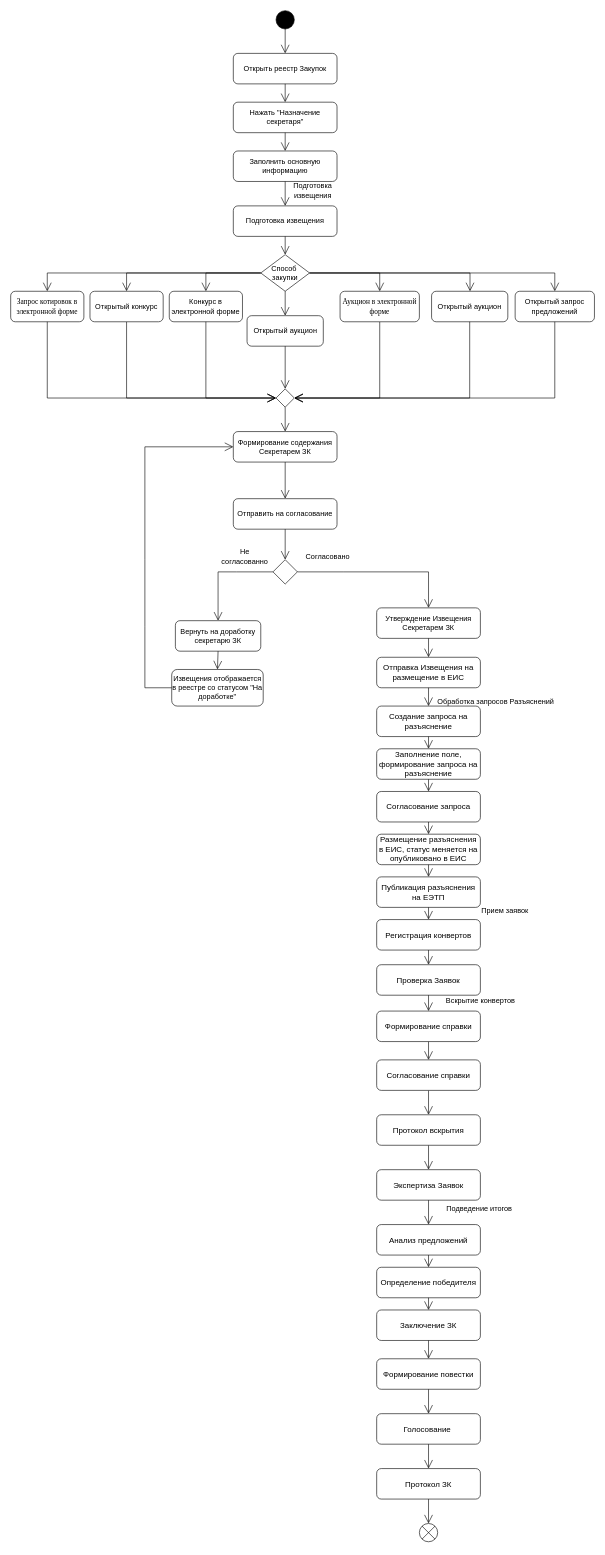
Earlier version of the draw.io diagram page "Проведение закупок" (9 of 11) of Предметная область SRM.drawio (realrvs/drawio). Source tidied: cells renumbered, new cells numbered last; positions are measured from the earlier drawing's top-left corner, leaving out a move shared by most shapes. Both pictures are drawn from the tidied source at 61%, with x=0, y=0 at pixel (10, 10).
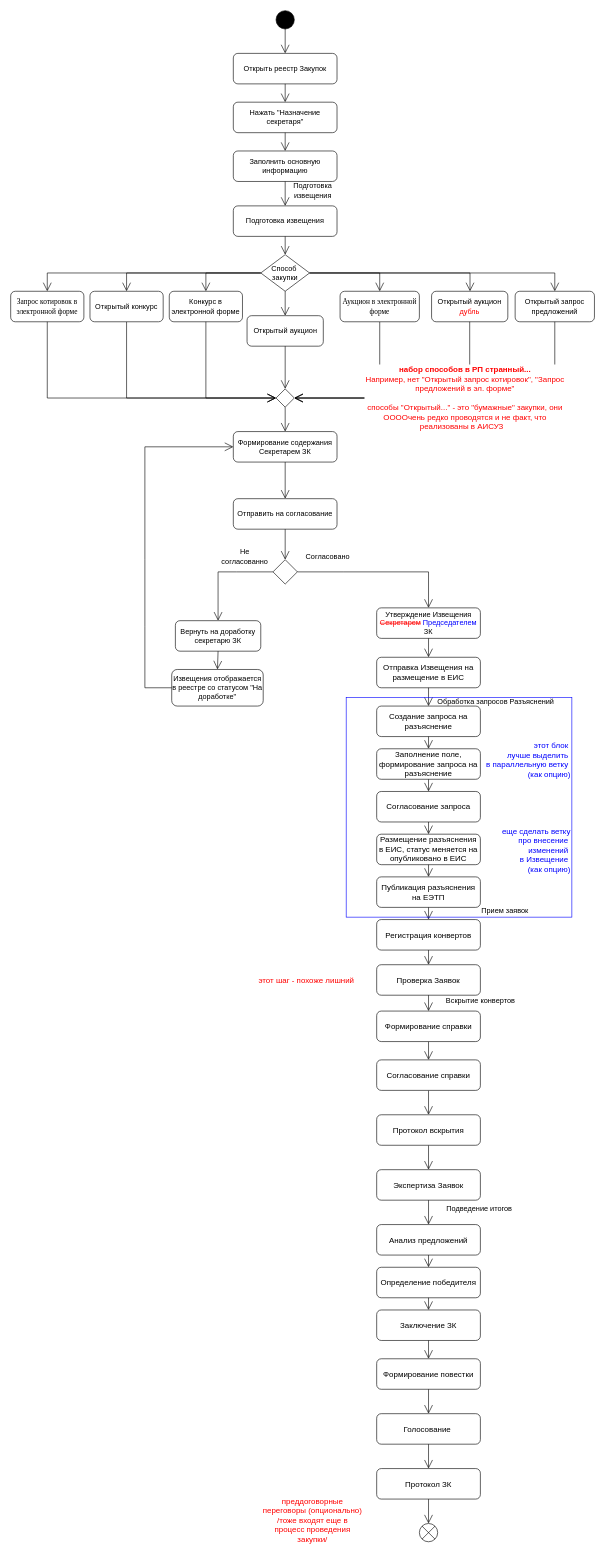
The same page after the edit.

What changed in the source:
```diff
@@
-    <mxCell id="36" value="&lt;span style=&quot;line-height: 107%;&quot;&gt;&lt;font&gt;Открытый аукцион&lt;/font&gt;&lt;/span&gt;" style="html=1;whiteSpace=wrap;rounded=1;" parent="1" vertex="1">
+    <mxCell id="36" value="&lt;span style=&quot;line-height: 107%;&quot;&gt;&lt;font&gt;Открытый аукцион&lt;/font&gt;&lt;/span&gt;&lt;div&gt;&lt;span style=&quot;line-height: 107%;&quot;&gt;&lt;font style=&quot;color: rgb(255, 0, 0);&quot;&gt;дубль&lt;/font&gt;&lt;/span&gt;&lt;/div&gt;" style="html=1;whiteSpace=wrap;rounded=1;" parent="1" vertex="1">
       <mxGeometry x="690" y="460" width="125" height="50" as="geometry" />
     </mxCell>
@@
-    <mxCell id="48" value="Утверждение Извещения Секретарем ЗК" style="html=1;whiteSpace=wrap;rounded=1;" parent="1" vertex="1">
+    <mxCell id="48" value="Утверждение Извещения &lt;font style=&quot;color: rgb(255, 0, 0);&quot;&gt;&lt;strike&gt;Секретарем&lt;/strike&gt;&lt;/font&gt; &lt;font style=&quot;color: light-dark(rgb(0, 0, 255), rgb(0, 0, 255));&quot;&gt;Председателем&lt;/font&gt; ЗК" style="html=1;whiteSpace=wrap;rounded=1;" parent="1" vertex="1">
       <mxGeometry x="600" y="979" width="170" height="50" as="geometry" />
     </mxCell>
@@
+    <mxCell id="93" value="&lt;font style=&quot;color: rgb(255, 0, 0);&quot; face=&quot;Calibri, sans-serif&quot;&gt;&lt;span style=&quot;font-size: 13px;&quot;&gt;этот шаг - похоже лишний&lt;/span&gt;&lt;/font&gt;" style="html=1;whiteSpace=wrap;rounded=1;strokeColor=none;" parent="1" vertex="1">
+      <mxGeometry x="400" y="1564" width="170" height="50" as="geometry" />
+    </mxCell>
+    <mxCell id="94" value="&lt;font style=&quot;color: light-dark(rgb(0, 0, 255), rgb(0, 0, 255));&quot; face=&quot;Calibri, sans-serif&quot;&gt;&lt;span style=&quot;font-size: 13px;&quot;&gt;этот блок&amp;nbsp;&lt;/span&gt;&lt;/font&gt;&lt;div&gt;&lt;font style=&quot;color: light-dark(rgb(0, 0, 255), rgb(0, 0, 255));&quot; face=&quot;Calibri, sans-serif&quot;&gt;&lt;span style=&quot;font-size: 13px;&quot;&gt;лучше выделить&amp;nbsp;&lt;/span&gt;&lt;/font&gt;&lt;div&gt;&lt;font style=&quot;color: light-dark(rgb(0, 0, 255), rgb(0, 0, 255));&quot; face=&quot;Calibri, sans-serif&quot;&gt;&lt;span style=&quot;font-size: 13px;&quot;&gt;в параллельную ветку&amp;nbsp;&lt;/span&gt;&lt;/font&gt;&lt;/div&gt;&lt;div&gt;&lt;font style=&quot;color: light-dark(rgb(0, 0, 255), rgb(0, 0, 255));&quot; face=&quot;Calibri, sans-serif&quot;&gt;&lt;span style=&quot;font-size: 13px;&quot;&gt;(как опцию)&lt;/span&gt;&lt;/font&gt;&lt;/div&gt;&lt;/div&gt;&lt;div&gt;&lt;font style=&quot;color: light-dark(rgb(0, 0, 255), rgb(0, 0, 255));&quot; face=&quot;Calibri, sans-serif&quot;&gt;&lt;span style=&quot;font-size: 13px;&quot;&gt;&lt;br&gt;&lt;/span&gt;&lt;/font&gt;&lt;/div&gt;&lt;div&gt;&lt;font style=&quot;color: light-dark(rgb(0, 0, 255), rgb(0, 0, 255));&quot; face=&quot;Calibri, sans-serif&quot;&gt;&lt;span style=&quot;font-size: 13px;&quot;&gt;&lt;br&gt;&lt;/span&gt;&lt;/font&gt;&lt;/div&gt;&lt;div&gt;&lt;font style=&quot;color: light-dark(rgb(0, 0, 255), rgb(0, 0, 255));&quot; face=&quot;Calibri, sans-serif&quot;&gt;&lt;span style=&quot;font-size: 13px;&quot;&gt;&lt;br&gt;&lt;/span&gt;&lt;/font&gt;&lt;/div&gt;&lt;div&gt;&lt;font style=&quot;color: light-dark(rgb(0, 0, 255), rgb(0, 0, 255));&quot; face=&quot;Calibri, sans-serif&quot;&gt;&lt;span style=&quot;font-size: 13px;&quot;&gt;&lt;br&gt;&lt;/span&gt;&lt;/font&gt;&lt;/div&gt;&lt;div&gt;&lt;font style=&quot;color: light-dark(rgb(0, 0, 255), rgb(0, 0, 255));&quot; face=&quot;Calibri, sans-serif&quot;&gt;&lt;span style=&quot;font-size: 13px;&quot;&gt;&lt;br&gt;&lt;/span&gt;&lt;/font&gt;&lt;/div&gt;&lt;div&gt;&lt;font style=&quot;color: light-dark(rgb(0, 0, 255), rgb(0, 0, 255));&quot; face=&quot;Calibri, sans-serif&quot;&gt;&lt;span style=&quot;font-size: 13px;&quot;&gt;еще сделать ветку&lt;/span&gt;&lt;/font&gt;&lt;/div&gt;&lt;div&gt;&lt;font style=&quot;color: light-dark(rgb(0, 0, 255), rgb(0, 0, 255));&quot; face=&quot;Calibri, sans-serif&quot;&gt;&lt;span style=&quot;font-size: 13px;&quot;&gt;про внесение&amp;nbsp;&lt;/span&gt;&lt;/font&gt;&lt;/div&gt;&lt;div&gt;&lt;font style=&quot;color: light-dark(rgb(0, 0, 255), rgb(0, 0, 255));&quot; face=&quot;Calibri, sans-serif&quot;&gt;&lt;span style=&quot;font-size: 13px;&quot;&gt;изменений&amp;nbsp;&lt;/span&gt;&lt;/font&gt;&lt;/div&gt;&lt;div&gt;&lt;font style=&quot;color: light-dark(rgb(0, 0, 255), rgb(0, 0, 255));&quot; face=&quot;Calibri, sans-serif&quot;&gt;&lt;span style=&quot;font-size: 13px;&quot;&gt;в Извещение&amp;nbsp;&lt;/span&gt;&lt;/font&gt;&lt;/div&gt;&lt;div&gt;&lt;font style=&quot;color: light-dark(rgb(0, 0, 255), rgb(0, 0, 255));&quot; face=&quot;Calibri, sans-serif&quot;&gt;&lt;span style=&quot;font-size: 13px;&quot;&gt;(как опцию)&lt;/span&gt;&lt;/font&gt;&lt;/div&gt;" style="html=1;whiteSpace=wrap;rounded=1;arcSize=0;fillColor=none;align=right;strokeColor=light-dark(#0000FF,#0000FF);" parent="1" vertex="1">
+      <mxGeometry x="550" y="1126" width="370" height="360" as="geometry" />
+    </mxCell>
+    <mxCell id="95" value="&lt;font style=&quot;color: rgb(255, 0, 0);&quot; face=&quot;Calibri, sans-serif&quot;&gt;&lt;span style=&quot;font-size: 13px;&quot;&gt;преддоговорные переговоры (опционально)&lt;/span&gt;&lt;/font&gt;&lt;div&gt;&lt;font style=&quot;color: rgb(255, 0, 0);&quot; face=&quot;Calibri, sans-serif&quot;&gt;&lt;span style=&quot;font-size: 13px;&quot;&gt;/тоже входят еще в процесс проведения закупки/&lt;/span&gt;&lt;/font&gt;&lt;/div&gt;" style="html=1;whiteSpace=wrap;rounded=1;strokeColor=none;" parent="1" vertex="1">
+      <mxGeometry x="410" y="2450" width="170" height="50" as="geometry" />
+    </mxCell>
+    <mxCell id="96" value="&lt;font style=&quot;color: rgb(255, 0, 0);&quot; face=&quot;Calibri, sans-serif&quot;&gt;&lt;span style=&quot;font-size: 13px;&quot;&gt;&lt;b&gt;набор способов в РП странный...&lt;/b&gt;&lt;/span&gt;&lt;/font&gt;&lt;div&gt;&lt;font style=&quot;color: rgb(255, 0, 0);&quot; face=&quot;Calibri, sans-serif&quot;&gt;&lt;span style=&quot;font-size: 13px;&quot;&gt;Например, нет &quot;Открытый запрос котировок&quot;, &quot;Запрос предложений в эл. форме&quot;&lt;/span&gt;&lt;/font&gt;&lt;/div&gt;&lt;div&gt;&lt;font style=&quot;color: rgb(255, 0, 0);&quot; face=&quot;Calibri, sans-serif&quot;&gt;&lt;span style=&quot;font-size: 13px;&quot;&gt;&lt;br&gt;&lt;/span&gt;&lt;/font&gt;&lt;/div&gt;&lt;div&gt;&lt;font style=&quot;color: rgb(255, 0, 0);&quot; face=&quot;Calibri, sans-serif&quot;&gt;&lt;span style=&quot;font-size: 13px;&quot;&gt;способы &quot;Открытый...&quot; - это &quot;бумажные&quot; закупки, они ООООчень редко проводятся и не факт, что реализованы в АИСУЗ&amp;nbsp; &amp;nbsp;&lt;/span&gt;&lt;/font&gt;&lt;/div&gt;" style="html=1;whiteSpace=wrap;rounded=1;strokeColor=none;" parent="1" vertex="1">
+      <mxGeometry x="580" y="580" width="330" height="110" as="geometry" />
+    </mxCell>
```
